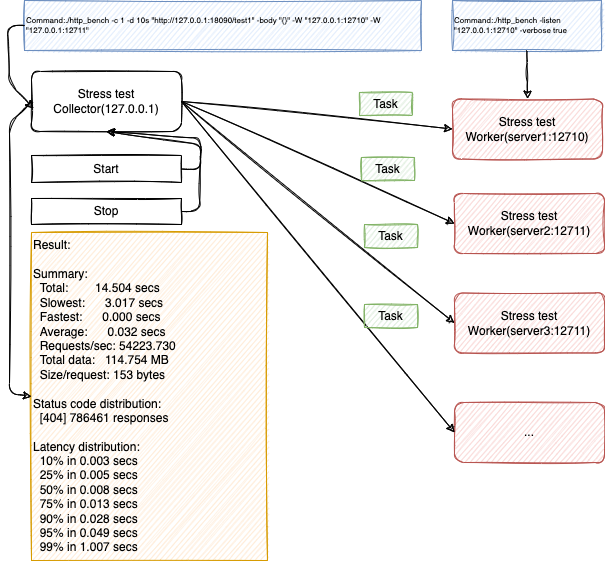
Before: arch.png, a diagram exported from draw.io (linkxzhou/http_bench). Source tidied: cells renumbered, new cells last; positions are measured from the earlier drawing's top-left corner, leaving out a move shared by most shapes.
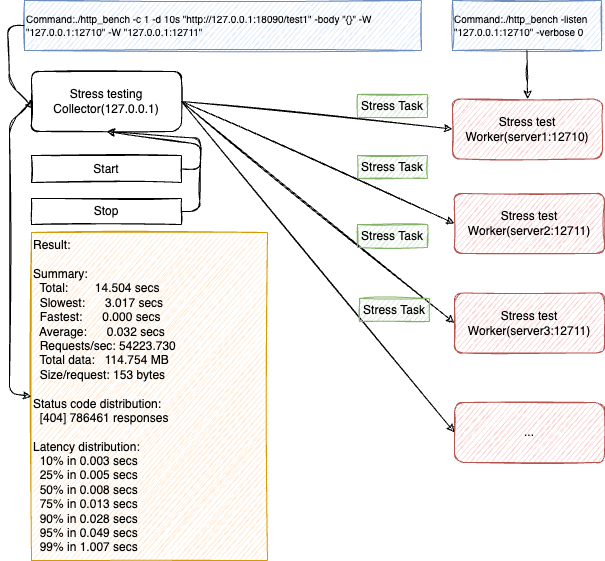
After the commit.

The edit, as a diff of the source:
```diff
@@ -2,7 +2,7 @@
   <root>
     <mxCell id="0" />
     <mxCell id="1" parent="0" />
-    <mxCell id="2" value="Stress test Collector(127.0.0.1)" style="rounded=1;whiteSpace=wrap;html=1;sketch=1;" parent="1" vertex="1">
+    <mxCell id="2" value="Stress testing Collector(127.0.0.1)" style="rounded=1;whiteSpace=wrap;html=1;sketch=1;" parent="1" vertex="1">
       <mxGeometry x="24" y="71" width="150" height="60" as="geometry" />
     </mxCell>
     <mxCell id="3" value="Stress test Worker(server1:12710)" style="rounded=1;whiteSpace=wrap;html=1;sketch=1;fillColor=#f8cecc;strokeColor=#b85450;" parent="1" vertex="1">
@@ -62,10 +62,10 @@
     <mxCell id="16" style="endArrow=classic;html=1;rounded=1;sketch=1;curved=0;entryX=0;entryY=0.5;entryDx=0;entryDy=0;exitX=1;exitY=0.5;exitDx=0;exitDy=0;" parent="1" edge="1" source="2" target="15">
       <mxGeometry relative="1" as="geometry" />
     </mxCell>
-    <mxCell id="17" value="Command:./http_bench -c 1 -d 10s &quot;http://127.0.0.1:18090/test1&quot; -body &quot;{}&quot; -W &quot;127.0.0.1:12710&quot; -W &quot;127.0.0.1:12711&quot;" style="rounded=0;whiteSpace=wrap;html=1;sketch=1;fontSize=8;fillColor=#dae8fc;strokeColor=#6c8ebf;align=left;" parent="1" vertex="1">
+    <mxCell id="17" value="&lt;font style=&quot;font-size: 10px;&quot;&gt;Command:./http_bench -c 1 -d 10s &quot;http://127.0.0.1:18090/test1&quot; -body &quot;{}&quot; -W &quot;127.0.0.1:12710&quot; -W &quot;127.0.0.1:12711&quot;&lt;/font&gt;" style="rounded=0;whiteSpace=wrap;html=1;sketch=1;fontSize=8;fillColor=#dae8fc;strokeColor=#6c8ebf;align=left;" parent="1" vertex="1">
       <mxGeometry x="17" width="397" height="50" as="geometry" />
     </mxCell>
-    <mxCell id="18" value="Command:./http_bench -listen &quot;127.0.0.1:12710&quot; -verbose true" style="rounded=0;whiteSpace=wrap;html=1;sketch=1;fontSize=8;fillColor=#dae8fc;strokeColor=#6c8ebf;align=left;" parent="1" vertex="1">
+    <mxCell id="18" value="&lt;font style=&quot;font-size: 10px;&quot;&gt;Command:./http_bench -listen &quot;127.0.0.1:12710&quot; -verbose 0&lt;/font&gt;" style="rounded=0;whiteSpace=wrap;html=1;sketch=1;fontSize=8;fillColor=#dae8fc;strokeColor=#6c8ebf;align=left;" parent="1" vertex="1">
       <mxGeometry x="445" width="149" height="50" as="geometry" />
     </mxCell>
     <mxCell id="19" style="endArrow=classic;html=1;rounded=1;sketch=1;fontSize=8;curved=0;exitX=0;exitY=0.5;exitDx=0;exitDy=0;entryX=0.013;entryY=0.617;entryDx=0;entryDy=0;entryPerimeter=0;" parent="1" edge="1" source="17" target="2">
@@ -83,17 +83,17 @@
         </Array>
       </mxGeometry>
     </mxCell>
-    <mxCell id="21" value="Task" style="rounded=0;whiteSpace=wrap;html=1;fillColor=#d5e8d4;strokeColor=#82b366;sketch=1;" parent="1" vertex="1">
-      <mxGeometry x="352" y="92" width="53" height="23" as="geometry" />
-    </mxCell>
-    <mxCell id="22" value="Task" style="rounded=0;whiteSpace=wrap;html=1;fillColor=#d5e8d4;strokeColor=#82b366;sketch=1;" parent="1" vertex="1">
-      <mxGeometry x="354" y="157" width="53" height="23" as="geometry" />
-    </mxCell>
-    <mxCell id="23" value="Task" style="rounded=0;whiteSpace=wrap;html=1;fillColor=#d5e8d4;strokeColor=#82b366;sketch=1;" parent="1" vertex="1">
-      <mxGeometry x="357" y="224" width="53" height="23" as="geometry" />
+    <mxCell id="23" value="Stress Task" style="rounded=0;whiteSpace=wrap;html=1;fillColor=#d5e8d4;strokeColor=#82b366;sketch=1;" parent="1" vertex="1">
+      <mxGeometry x="350" y="224" width="70" height="23" as="geometry" />
     </mxCell>
-    <mxCell id="24" value="Task" style="rounded=0;whiteSpace=wrap;html=1;fillColor=#d5e8d4;strokeColor=#82b366;sketch=1;" parent="1" vertex="1">
-      <mxGeometry x="357" y="304" width="53" height="23" as="geometry" />
-    </mxCell>
+    <mxCell id="25" value="Stress Task" style="rounded=0;whiteSpace=wrap;html=1;fillColor=#d5e8d4;strokeColor=#82b366;sketch=1;" parent="1" vertex="1">
+      <mxGeometry x="352" y="298" width="70" height="23" as="geometry" />
+    </mxCell>
+    <mxCell id="26" value="Stress Task" style="rounded=0;whiteSpace=wrap;html=1;fillColor=#d5e8d4;strokeColor=#82b366;sketch=1;" parent="1" vertex="1">
+      <mxGeometry x="350" y="155" width="70" height="23" as="geometry" />
+    </mxCell>
+    <mxCell id="27" value="Stress Task" style="rounded=0;whiteSpace=wrap;html=1;fillColor=#d5e8d4;strokeColor=#82b366;sketch=1;" parent="1" vertex="1">
+      <mxGeometry x="350" y="94" width="70" height="23" as="geometry" />
+    </mxCell>
   </root>
 </mxGraphModel>
```
